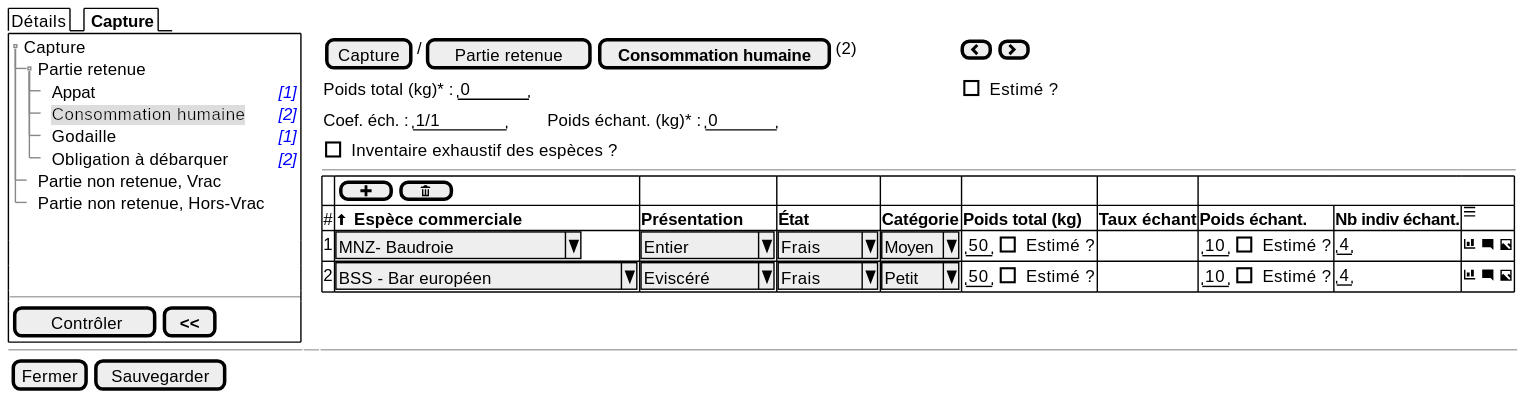
The PlantUML diagram projects/obsmer/spe/images/batch/batch-tree-PR-HCN.svg in sumaris-net/sumaris-doc, before a commit. Its source is kept beside it as projects/obsmer/spe/images/batch/batch-tree-PR-HCN.puml.
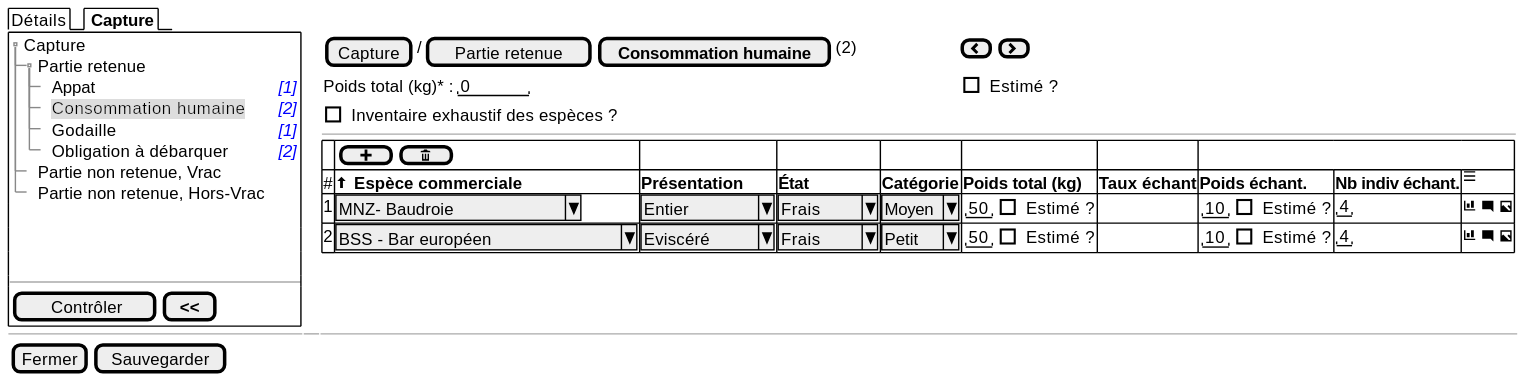
Above is the later version.

What changed in the source:
```diff
@@ -24,8 +24,6 @@
 
     {Poids total (kg)* : | " 0    " | . | . | . | . | . | . | . | . | . | . | . | . | . | . | . | . | . | . | . | . | . | . | . | . | . | . | . | . | . | . | . | . | . | . | . | . | . | . | . | . | . | . | . | . |. |. |. |. |. |. |. |. |. |. |. |. |. |. |. |. |. |[ ] Estimé ?}
 
-    {Coef. éch. : | " 1/1    " | . | . | . | . | . | Poids échant. (kg)* : | " 0    " }
-
     { [ ] Inventaire exhaustif des espèces ? }
     ---
     {#
```
